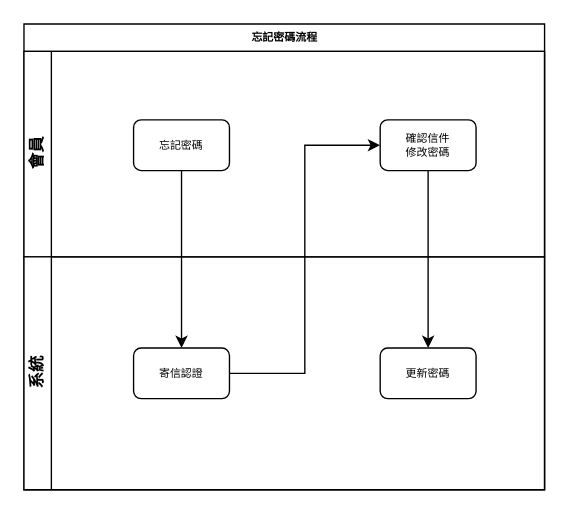
Earlier version of the draw.io diagram page "忘記密碼流程" (2 of 8) of 系統規劃/購物網系統流程.drawio (Shenyoyo/ShoppingWeb). Source tidied: cells renumbered, new cells numbered last; positions are measured from the earlier drawing's top-left corner, leaving out a move shared by most shapes. Both pictures are drawn from the tidied source at 137%, with x=0, y=0 at pixel (23, 23).
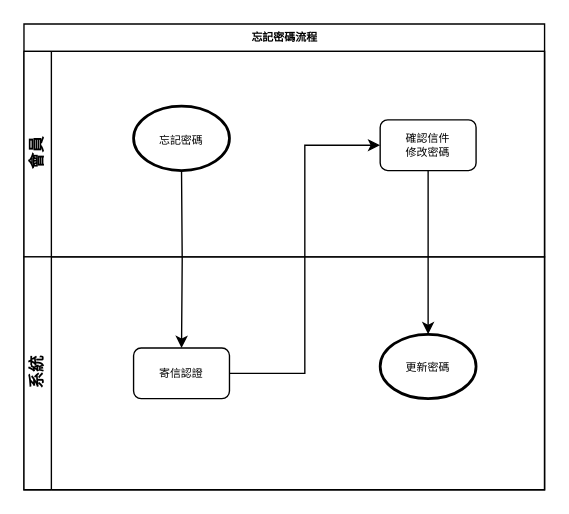
The same diagram, later.

Diff of the diagram source:
```diff
@@
 <mxGraphModel>
   <root>
     <mxCell id="0" />
     <mxCell id="1" parent="0" />
     <mxCell id="2" value="忘記密碼流程" style="swimlane;html=1;horizontal=1;startSize=20;rounded=0;shadow=0;labelBackgroundColor=none;strokeWidth=1;fontFamily=Verdana;fontSize=8;align=center;" parent="1" vertex="1">
       <mxGeometry width="380" height="340" as="geometry" />
     </mxCell>
     <mxCell id="3" value="會員" style="swimlane;html=1;startSize=20;horizontal=0;flipV=0;" parent="2" vertex="1">
       <mxGeometry y="20" width="380" height="150" as="geometry" />
     </mxCell>
-    <mxCell id="4" value="忘記密碼" style="rounded=1;whiteSpace=wrap;html=1;shadow=0;labelBackgroundColor=none;strokeWidth=1;fontFamily=Verdana;fontSize=8;align=center;" parent="3" vertex="1">
-      <mxGeometry x="80" y="50" width="70" height="37" as="geometry" />
+    <mxCell id="4" value="&lt;span style=&quot;font-family: &amp;#34;verdana&amp;#34; ; font-size: 8px&quot;&gt;忘記密碼&lt;/span&gt;" style="strokeWidth=2;html=1;shape=mxgraph.flowchart.start_1;whiteSpace=wrap;" parent="3" vertex="1">
+      <mxGeometry x="80" y="40" width="70" height="47" as="geometry" />
     </mxCell>
     <mxCell id="5" value="確認信件&lt;br&gt;修改密碼" style="rounded=1;whiteSpace=wrap;html=1;shadow=0;labelBackgroundColor=none;strokeWidth=1;fontFamily=Verdana;fontSize=8;align=center;" parent="3" vertex="1">
       <mxGeometry x="260" y="50" width="70" height="37" as="geometry" />
     </mxCell>
-    <mxCell id="6" style="edgeStyle=orthogonalEdgeStyle;rounded=0;jettySize=auto;html=1;exitX=0.5;exitY=1;exitDx=0;exitDy=0;entryX=0.5;entryY=0;entryDx=0;entryDy=0;" parent="2" edge="1" source="4" target="9">
-      <mxGeometry relative="1" as="geometry" />
+    <mxCell id="6" style="edgeStyle=orthogonalEdgeStyle;rounded=0;jettySize=auto;html=1;exitX=0.5;exitY=1;exitDx=0;exitDy=0;entryX=0.5;entryY=0;entryDx=0;entryDy=0;" parent="2" edge="1" target="9">
+      <mxGeometry relative="1" as="geometry">
+        <mxPoint x="115" y="107" as="sourcePoint" />
+      </mxGeometry>
     </mxCell>
     <mxCell id="7" value="系統" style="swimlane;html=1;startSize=20;horizontal=0;" parent="2" vertex="1">
       <mxGeometry y="170" width="380" height="170" as="geometry" />
     </mxCell>
-    <mxCell id="8" value="更新密碼" style="rounded=1;whiteSpace=wrap;html=1;shadow=0;labelBackgroundColor=none;strokeWidth=1;fontFamily=Verdana;fontSize=8;align=center;" parent="7" vertex="1">
-      <mxGeometry x="260" y="66.5" width="70" height="37" as="geometry" />
+    <mxCell id="8" value="&lt;span style=&quot;font-family: &amp;#34;verdana&amp;#34; ; font-size: 8px&quot;&gt;更新密碼&lt;/span&gt;" style="strokeWidth=2;html=1;shape=mxgraph.flowchart.start_1;whiteSpace=wrap;" parent="7" vertex="1">
+      <mxGeometry x="260" y="56.5" width="70" height="47" as="geometry" />
     </mxCell>
     <mxCell id="9" value="寄信認證" style="rounded=1;whiteSpace=wrap;html=1;shadow=0;labelBackgroundColor=none;strokeWidth=1;fontFamily=Verdana;fontSize=8;align=center;" parent="7" vertex="1">
       <mxGeometry x="80" y="66.5" width="70" height="37" as="geometry" />
     </mxCell>
     <mxCell id="10" style="edgeStyle=orthogonalEdgeStyle;rounded=0;jettySize=auto;html=1;entryX=0;entryY=0.5;entryDx=0;entryDy=0;" parent="2" edge="1" source="9" target="5">
       <mxGeometry relative="1" as="geometry" />
     </mxCell>
-    <mxCell id="11" style="edgeStyle=orthogonalEdgeStyle;rounded=0;jettySize=auto;html=1;entryX=0.5;entryY=0;entryDx=0;entryDy=0;" parent="2" edge="1" source="5" target="8">
+    <mxCell id="11" style="edgeStyle=orthogonalEdgeStyle;rounded=0;jettySize=auto;html=1;exitX=0.5;exitY=1;exitDx=0;exitDy=0;" parent="2" edge="1" source="5" target="8">
       <mxGeometry relative="1" as="geometry" />
     </mxCell>
   </root>
 </mxGraphModel>
```
